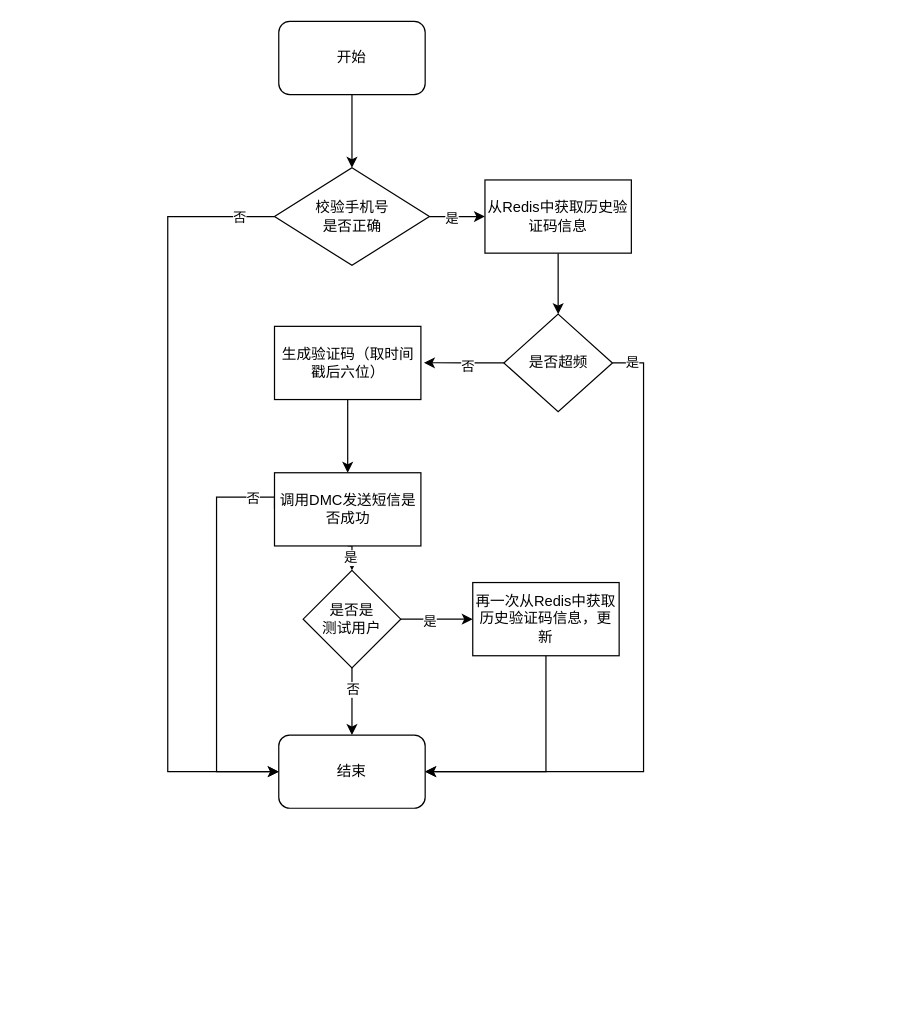
The draw.io diagram verify_code.drawio in lishuai-0/picture_source_file_draw_io, before the edit. Source tidied: cells renumbered, new cells numbered last; positions are measured from the earlier drawing's top-left corner, leaving out a move shared by most shapes. Both pictures are drawn from the tidied source at 122%, with x=0, y=0 at pixel (167, 21).
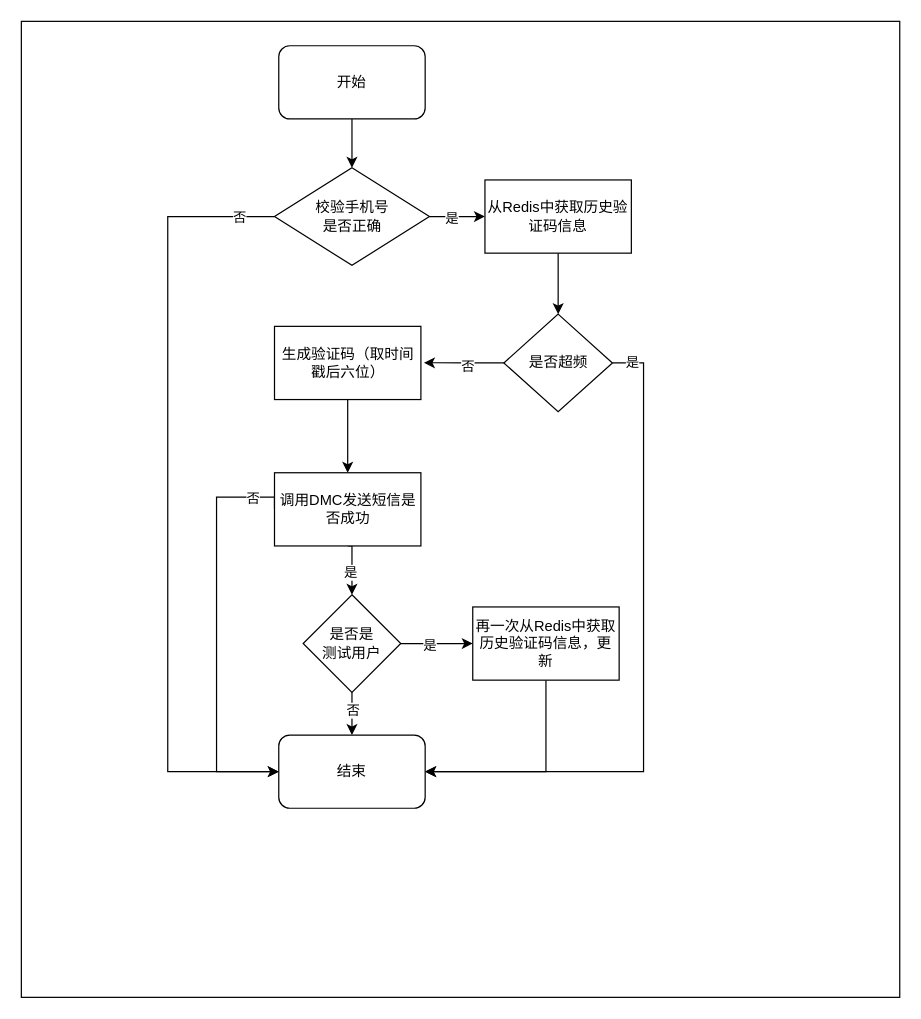
The same diagram, later.

Unchanged cells that the change refers to:
```xml
<mxCell id="30" value="调用DMC发送短信是否成功" style="rounded=0;whiteSpace=wrap;html=1;" parent="1" vertex="1">
  <mxGeometry x="87.5" y="370" width="120" height="60" as="geometry" />
</mxCell>
```

What changed in the source:
```diff
@@
+    <mxCell id="31" style="rounded=0;whiteSpace=wrap;html=1;" parent="1" vertex="1">
+      <mxGeometry x="-120" width="720" height="800" as="geometry" />
+    </mxCell>
@@
     <mxCell id="3" value="开始" style="rounded=1;whiteSpace=wrap;html=1;" parent="1" vertex="1">
-      <mxGeometry x="91" width="120" height="60" as="geometry" />
+      <mxGeometry x="91" y="20" width="120" height="60" as="geometry" />
     </mxCell>
@@
     <mxCell id="7" value="再一次从Redis中获取历史验证码信息，更新" style="rounded=0;whiteSpace=wrap;html=1;" parent="1" vertex="1">
-      <mxGeometry x="250" y="460" width="120" height="60" as="geometry" />
+      <mxGeometry x="250" y="480" width="120" height="60" as="geometry" />
     </mxCell>
@@
     <mxCell id="25" value="是否是&lt;div&gt;测试用户&lt;/div&gt;" style="rhombus;whiteSpace=wrap;html=1;" parent="1" vertex="1">
-      <mxGeometry x="111" y="450" width="80" height="80" as="geometry" />
+      <mxGeometry x="111" y="470" width="80" height="80" as="geometry" />
     </mxCell>
     <mxCell id="26" style="edgeStyle=orthogonalEdgeStyle;rounded=0;jettySize=auto;html=1;exitX=0.5;exitY=1;exitDx=0;exitDy=0;entryX=0.5;entryY=0;entryDx=0;entryDy=0;" parent="1" edge="1" source="30" target="25">
-      <mxGeometry relative="1" as="geometry" />
+      <mxGeometry relative="1" as="geometry">
+        <Array as="points">
+          <mxPoint x="151" y="430" />
+        </Array>
+      </mxGeometry>
     </mxCell>
```
